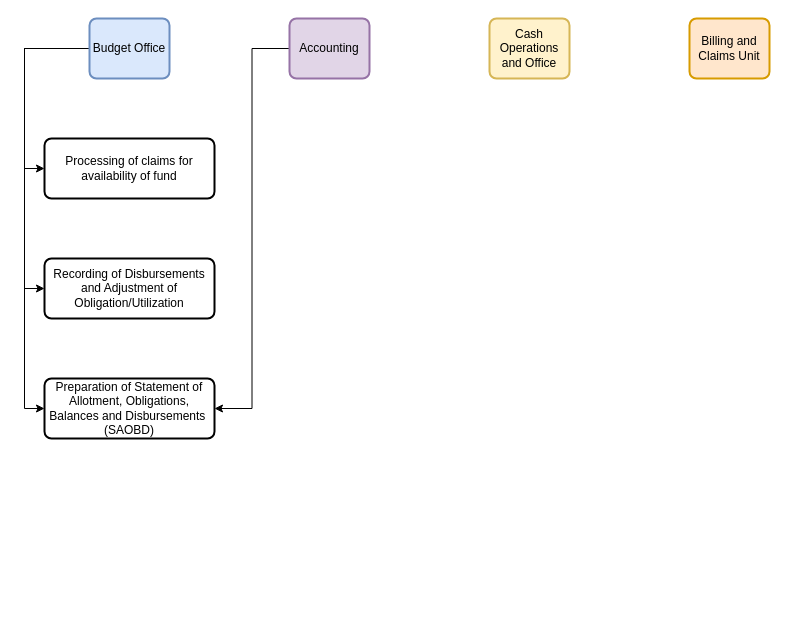
Above: Relationships of different departments in Finance.drawio in johnpaul4474/FMO-budget (draw.io), before the change. Source tidied: cells renumbered, new cells numbered last; positions are measured from the earlier drawing's top-left corner, leaving out a move shared by most shapes. Both pictures are drawn from the tidied source at 100%, with x=0, y=0 at pixel (24, 18).
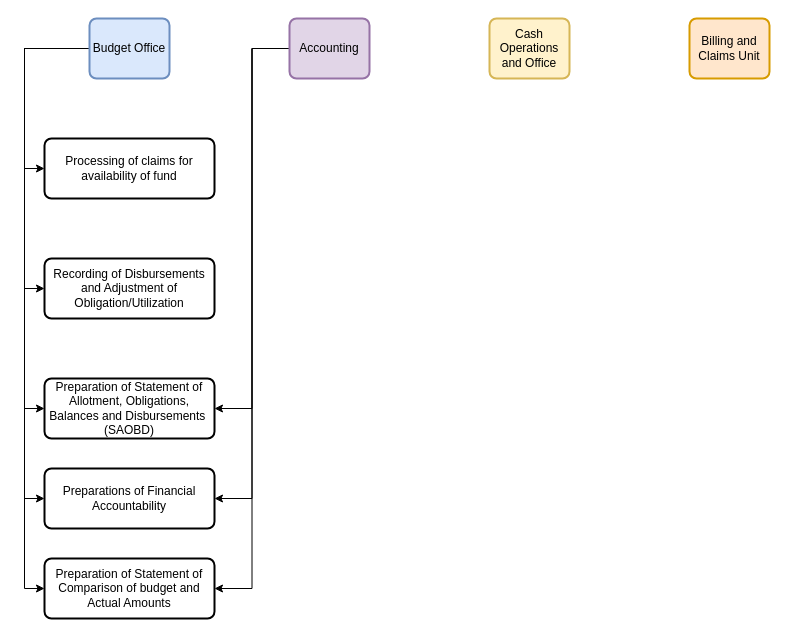
After the change.

The change refers to these unchanged cells:
```xml
<mxCell id="5" value="Budget Office" style="rounded=1;whiteSpace=wrap;html=1;absoluteArcSize=1;arcSize=14;strokeWidth=2;fillColor=#dae8fc;strokeColor=#6c8ebf;" parent="1" vertex="1">
  <mxGeometry x="65" width="80" height="60" as="geometry" />
</mxCell>
<mxCell id="7" value="Accounting" style="rounded=1;whiteSpace=wrap;html=1;absoluteArcSize=1;arcSize=14;strokeWidth=2;fillColor=#e1d5e7;strokeColor=#9673a6;" parent="1" vertex="1">
  <mxGeometry x="265" width="80" height="60" as="geometry" />
</mxCell>
```

What changed in the source:
```diff
@@
+    <mxCell id="13" style="edgeStyle=orthogonalEdgeStyle;rounded=0;jettySize=auto;html=1;entryX=0;entryY=0.5;entryDx=0;entryDy=0;" parent="1" edge="1" source="5" target="17">
+      <mxGeometry relative="1" as="geometry">
+        <Array as="points">
+          <mxPoint y="30" />
+          <mxPoint y="480" />
+        </Array>
+      </mxGeometry>
+    </mxCell>
+    <mxCell id="14" style="edgeStyle=orthogonalEdgeStyle;rounded=0;jettySize=auto;html=1;entryX=0;entryY=0.5;entryDx=0;entryDy=0;" parent="1" edge="1" source="5" target="18">
+      <mxGeometry relative="1" as="geometry">
+        <Array as="points">
+          <mxPoint y="30" />
+          <mxPoint y="570" />
+        </Array>
+      </mxGeometry>
+    </mxCell>
@@
+    <mxCell id="15" style="edgeStyle=orthogonalEdgeStyle;rounded=0;jettySize=auto;html=1;entryX=1;entryY=0.5;entryDx=0;entryDy=0;" parent="1" edge="1" source="7" target="17">
+      <mxGeometry relative="1" as="geometry" />
+    </mxCell>
+    <mxCell id="16" style="edgeStyle=orthogonalEdgeStyle;rounded=0;jettySize=auto;html=1;entryX=1;entryY=0.5;entryDx=0;entryDy=0;" parent="1" edge="1" source="7" target="18">
+      <mxGeometry relative="1" as="geometry" />
+    </mxCell>
@@
+    <mxCell id="17" value="Preparations of Financial Accountability" style="rounded=1;whiteSpace=wrap;html=1;absoluteArcSize=1;arcSize=14;strokeWidth=2;" parent="1" vertex="1">
+      <mxGeometry x="20" y="450" width="170" height="60" as="geometry" />
+    </mxCell>
+    <mxCell id="18" value="Preparation of Statement of Comparison of budget and Actual Amounts" style="rounded=1;whiteSpace=wrap;html=1;absoluteArcSize=1;arcSize=14;strokeWidth=2;" parent="1" vertex="1">
+      <mxGeometry x="20" y="540" width="170" height="60" as="geometry" />
+    </mxCell>
```
